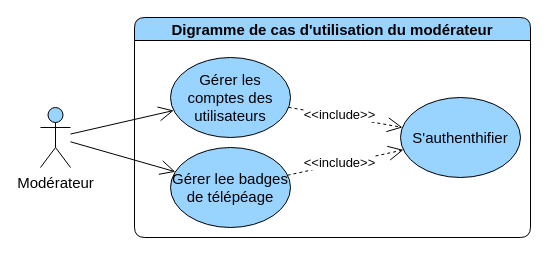
This is page "general" (1 of 3) of diagrams/use-case/moderateur.drawio from devlotfi/peage-pay, a draw.io file, before an edit. Source tidied: cells renumbered, new cells numbered last; positions are measured from the earlier drawing's top-left corner, leaving out a move shared by most shapes. Both pictures are drawn from the tidied source at 100%, with x=0, y=0 at pixel (40, 17).
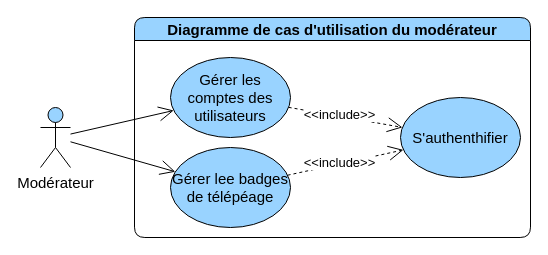
After the change.

The edit, as a diff of the source:
```diff
@@
 <mxGraphModel>
   <root>
     <mxCell id="0" />
     <mxCell id="1" parent="0" />
-    <mxCell id="2" value="Digramme de cas d'utilisation du modérateur" style="swimlane;whiteSpace=wrap;html=1;rounded=1;fillColor=#99D3FF;fontSize=15;" parent="1" vertex="1">
+    <mxCell id="2" value="Diagramme de cas d'utilisation du modérateur" style="swimlane;whiteSpace=wrap;html=1;rounded=1;fillColor=#99D3FF;fontSize=15;" parent="1" vertex="1">
       <mxGeometry x="94" width="396" height="220" as="geometry" />
     </mxCell>
     <mxCell id="3" style="edgeStyle=none;rounded=0;jettySize=auto;html=1;strokeColor=default;align=center;verticalAlign=middle;fontFamily=Helvetica;fontSize=15;fontColor=default;labelBackgroundColor=default;startSize=6;endArrow=open;endFill=0;endSize=13;dashed=1;" parent="2" edge="1" source="5" target="6">
       <mxGeometry relative="1" as="geometry" />
     </mxCell>
     <mxCell id="4" value="&amp;lt;&amp;lt;include&amp;gt;&amp;gt;" style="edgeLabel;html=1;align=center;verticalAlign=middle;strokeColor=default;fontFamily=Helvetica;fontSize=13;fontColor=default;labelBackgroundColor=default;fillColor=#99D3FF;" parent="3" vertex="1">
       <mxGeometry x="-0.11" y="2" relative="1" as="geometry" />
     </mxCell>
     <mxCell id="5" value="Gérer les comptes des utilisateurs" style="ellipse;whiteSpace=wrap;html=1;strokeColor=default;align=center;verticalAlign=middle;fontFamily=Helvetica;fontSize=15;fontColor=default;fillColor=#99D3FF;" parent="2" vertex="1">
       <mxGeometry x="36" y="40" width="120" height="80" as="geometry" />
     </mxCell>
     <mxCell id="6" value="S'authenthifier" style="ellipse;whiteSpace=wrap;html=1;strokeColor=default;align=center;verticalAlign=middle;fontFamily=Helvetica;fontSize=15;fontColor=default;fillColor=#99D3FF;" parent="2" vertex="1">
       <mxGeometry x="266" y="80" width="120" height="80" as="geometry" />
     </mxCell>
     <mxCell id="7" value="Gérer lee badges de télépéage" style="ellipse;whiteSpace=wrap;html=1;strokeColor=default;align=center;verticalAlign=middle;fontFamily=Helvetica;fontSize=15;fontColor=default;fillColor=#99D3FF;" parent="2" vertex="1">
       <mxGeometry x="36" y="130" width="120" height="80" as="geometry" />
     </mxCell>
     <mxCell id="8" style="edgeStyle=none;rounded=0;jettySize=auto;html=1;strokeColor=default;align=center;verticalAlign=middle;fontFamily=Helvetica;fontSize=15;fontColor=default;labelBackgroundColor=default;startSize=6;endArrow=open;endFill=0;endSize=13;dashed=1;" parent="2" edge="1" source="7" target="6">
       <mxGeometry relative="1" as="geometry" />
     </mxCell>
     <mxCell id="9" value="&amp;lt;&amp;lt;include&amp;gt;&amp;gt;" style="edgeLabel;html=1;align=center;verticalAlign=middle;strokeColor=default;fontFamily=Helvetica;fontSize=13;fontColor=default;labelBackgroundColor=default;fillColor=#99D3FF;" parent="8" vertex="1">
       <mxGeometry x="-0.11" y="2" relative="1" as="geometry" />
     </mxCell>
     <mxCell id="10" style="rounded=0;jettySize=auto;html=1;fontFamily=Helvetica;fontSize=15;fontColor=default;endArrow=open;endFill=0;startSize=6;endSize=13;" parent="1" edge="1" source="11" target="5">
       <mxGeometry relative="1" as="geometry" />
     </mxCell>
     <mxCell id="11" value="Modérateur" style="shape=umlActor;verticalLabelPosition=bottom;verticalAlign=top;html=1;outlineConnect=0;strokeColor=default;align=center;fontFamily=Helvetica;fontSize=15;fontColor=default;fillColor=#99D3FF;" parent="1" vertex="1">
       <mxGeometry y="90" width="30" height="60" as="geometry" />
     </mxCell>
     <mxCell id="12" style="rounded=0;jettySize=auto;html=1;fontFamily=Helvetica;fontSize=15;fontColor=default;endArrow=open;endFill=0;startSize=6;endSize=13;" parent="1" edge="1" source="11" target="7">
       <mxGeometry relative="1" as="geometry" />
     </mxCell>
   </root>
 </mxGraphModel>
```
